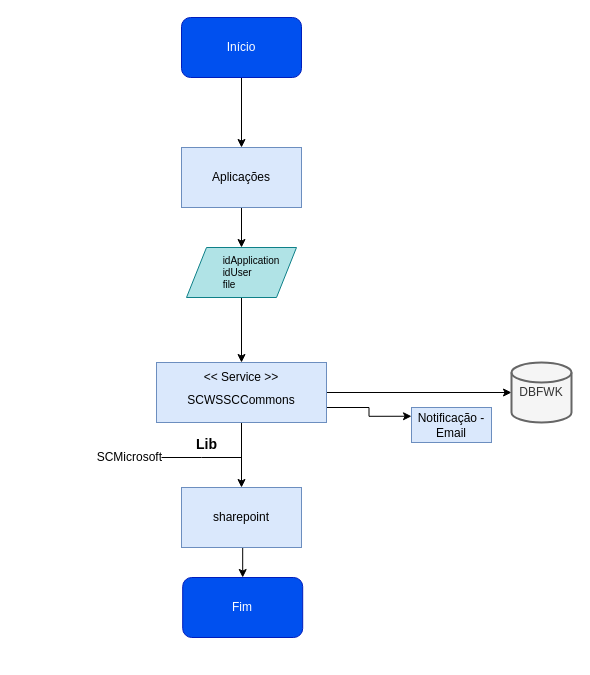
Before: page "Registar ficheiro" (1 of 3) of Diagrama sem nome.drawio in deviniciuss/AndroidHistory, a draw.io diagram. Source tidied: cells renumbered, new cells numbered last; positions are measured from the earlier drawing's top-left corner, leaving out a move shared by most shapes. Both pictures are drawn from the tidied source at 100%, with x=0, y=0 at pixel (101, 17).
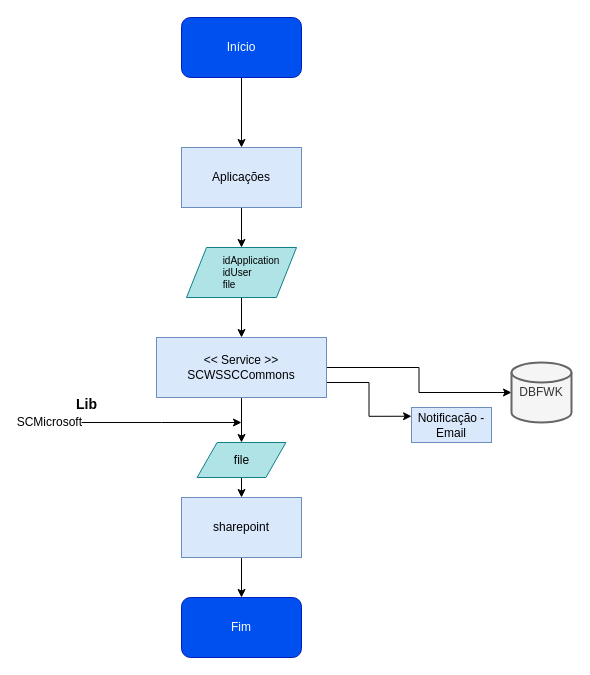
The same page after the edit.

Unchanged cells that the change refers to:
```xml
<mxCell id="20" style="shape=parallelogram;perimeter=parallelogramPerimeter;whiteSpace=wrap;html=1;fixedSize=1;fillColor=#b0e3e6;strokeColor=#0e8088;" parent="1" vertex="1">
  <mxGeometry x="85" y="230" width="110" height="50" as="geometry" />
</mxCell>
```

Change to the diagram source:
```diff
@@
-    <mxCell id="6" style="edgeStyle=orthogonalEdgeStyle;rounded=0;jettySize=auto;html=1;exitX=0.5;exitY=1;exitDx=0;exitDy=0;entryX=0.5;entryY=0;entryDx=0;entryDy=0;" parent="1" edge="1" source="9" target="17">
-      <mxGeometry relative="1" as="geometry" />
-    </mxCell>
@@
+    <mxCell id="22" style="edgeStyle=orthogonalEdgeStyle;rounded=0;jettySize=auto;html=1;exitX=0.5;exitY=1;exitDx=0;exitDy=0;" parent="1" edge="1" source="9" target="26">
+      <mxGeometry relative="1" as="geometry" />
+    </mxCell>
-    <mxCell id="9" value="&lt;br&gt;SCWSSCCommons&lt;br&gt;" style="rounded=0;whiteSpace=wrap;html=1;fillColor=#dae8fc;strokeColor=#6c8ebf;" parent="1" vertex="1">
-      <mxGeometry x="55" y="345" width="170" height="60" as="geometry" />
+    <mxCell id="9" value="&amp;lt;&amp;lt; Service &amp;gt;&amp;gt;&lt;br&gt;SCWSSCCommons" style="rounded=0;whiteSpace=wrap;html=1;fillColor=#dae8fc;strokeColor=#6c8ebf;" parent="1" vertex="1">
+      <mxGeometry x="55" y="320" width="170" height="60" as="geometry" />
     </mxCell>
-    <mxCell id="10" value="&amp;lt;&amp;lt; Service &amp;gt;&amp;gt;" style="text;html=1;strokeColor=none;fillColor=none;align=center;verticalAlign=middle;whiteSpace=wrap;rounded=0;" parent="1" vertex="1">
-      <mxGeometry x="100" y="345" width="80" height="30" as="geometry" />
-    </mxCell>
@@
     <mxCell id="12" value="&lt;h1 style=&quot;font-size: 14px;&quot;&gt;&lt;font style=&quot;font-size: 14px;&quot;&gt;Lib&lt;/font&gt;&lt;/h1&gt;" style="text;html=1;strokeColor=none;fillColor=none;spacing=5;spacingTop=-20;whiteSpace=wrap;overflow=hidden;rounded=0;fontSize=14;" parent="1" vertex="1">
-      <mxGeometry x="90" y="420" width="40" height="15" as="geometry" />
+      <mxGeometry x="-30" y="380" width="40" height="15" as="geometry" />
     </mxCell>
-    <mxCell id="13" style="edgeStyle=orthogonalEdgeStyle;rounded=0;jettySize=auto;html=1;exitX=1;exitY=0.5;exitDx=0;exitDy=0;endArrow=none;endFill=0;" parent="1" edge="1" source="14">
-      <mxGeometry relative="1" as="geometry">
-        <mxPoint x="140" y="440" as="targetPoint" />
-      </mxGeometry>
-    </mxCell>
+    <mxCell id="23" style="edgeStyle=orthogonalEdgeStyle;rounded=0;jettySize=auto;html=1;exitX=1;exitY=0.5;exitDx=0;exitDy=0;" parent="1" edge="1" source="14">
+      <mxGeometry relative="1" as="geometry">
+        <mxPoint x="140" y="405" as="targetPoint" />
+      </mxGeometry>
+    </mxCell>
     <mxCell id="14" value="SCMicrosoft&amp;nbsp;" style="text;html=1;strokeColor=none;fillColor=none;align=center;verticalAlign=middle;whiteSpace=wrap;rounded=0;" parent="1" vertex="1">
-      <mxGeometry y="425" width="60" height="30" as="geometry" />
+      <mxGeometry x="-80" y="390" width="60" height="30" as="geometry" />
     </mxCell>
     <mxCell id="15" value="Fim&lt;br&gt;" style="rounded=1;whiteSpace=wrap;html=1;fillColor=#0050ef;fontColor=#ffffff;strokeColor=#001DBC;" parent="1" vertex="1">
-      <mxGeometry x="81.2" y="560" width="120" height="60" as="geometry" />
+      <mxGeometry x="80" y="580" width="120" height="60" as="geometry" />
     </mxCell>
@@
     <mxCell id="17" value="sharepoint" style="rounded=0;whiteSpace=wrap;html=1;fillColor=#dae8fc;strokeColor=#6c8ebf;" parent="1" vertex="1">
-      <mxGeometry x="80" y="470" width="120" height="60" as="geometry" />
+      <mxGeometry x="80" y="480" width="120" height="60" as="geometry" />
     </mxCell>
@@
-    <mxCell id="19" style="edgeStyle=orthogonalEdgeStyle;rounded=0;jettySize=auto;html=1;exitX=0.5;exitY=1;exitDx=0;exitDy=0;entryX=0.5;entryY=0;entryDx=0;entryDy=0;" parent="1" edge="1" source="20" target="10">
-      <mxGeometry relative="1" as="geometry" />
-    </mxCell>
+    <mxCell id="24" style="edgeStyle=orthogonalEdgeStyle;rounded=0;jettySize=auto;html=1;exitX=0.5;exitY=1;exitDx=0;exitDy=0;entryX=0.5;entryY=0;entryDx=0;entryDy=0;" parent="1" edge="1" source="20" target="9">
+      <mxGeometry relative="1" as="geometry" />
+    </mxCell>
@@
+    <mxCell id="25" style="edgeStyle=orthogonalEdgeStyle;rounded=0;jettySize=auto;html=1;exitX=0.5;exitY=1;exitDx=0;exitDy=0;entryX=0.5;entryY=0;entryDx=0;entryDy=0;" parent="1" edge="1" source="26" target="17">
+      <mxGeometry relative="1" as="geometry" />
+    </mxCell>
+    <mxCell id="26" value="file" style="shape=parallelogram;perimeter=parallelogramPerimeter;whiteSpace=wrap;html=1;fixedSize=1;fillColor=#b0e3e6;strokeColor=#0e8088;" parent="1" vertex="1">
+      <mxGeometry x="95.6" y="425" width="88.8" height="35" as="geometry" />
+    </mxCell>
```
